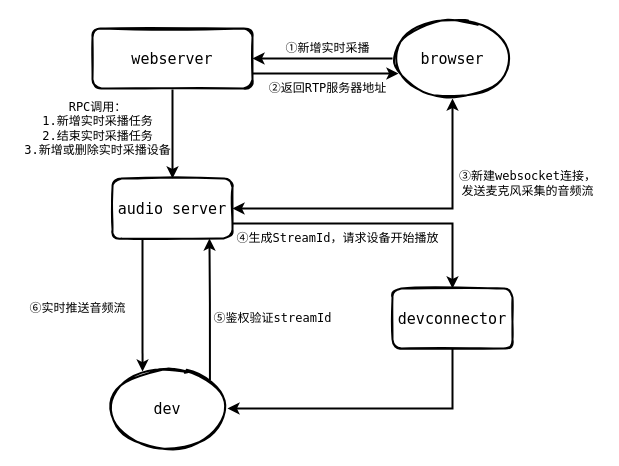
Earlier version of the draw.io diagram IPS-audio-server-real-time-sampling.drawio (gongshiyun/drawio). Source tidied: cells renumbered, new cells numbered last; positions are measured from the earlier drawing's top-left corner, leaving out a move shared by most shapes. Both pictures are drawn from the tidied source at 100%, with x=0, y=0 at pixel (17, 18).
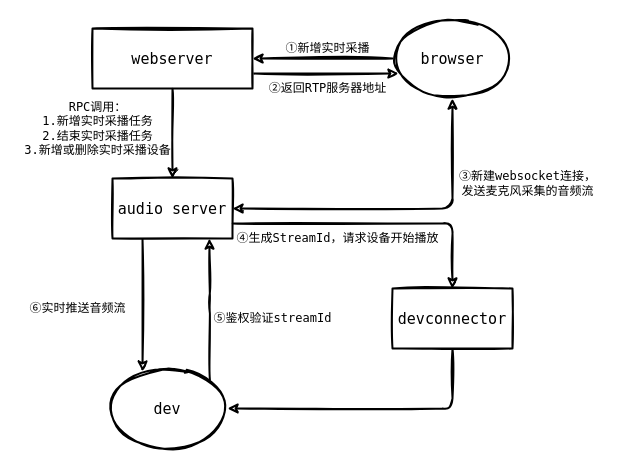
Above is the later version.

Diff of the diagram source:
```diff
@@
-    <mxCell id="2" style="edgeStyle=orthogonalEdgeStyle;rounded=0;jettySize=auto;html=1;fontFamily=Lucida Console;strokeWidth=2;fontSize=12;" parent="1" edge="1" source="4" target="7">
+    <mxCell id="2" style="edgeStyle=orthogonalEdgeStyle;jettySize=auto;html=1;fontFamily=Lucida Console;strokeWidth=2;fontSize=12;sketch=1;" parent="1" edge="1" source="4" target="7">
       <mxGeometry relative="1" as="geometry" />
     </mxCell>
-    <mxCell id="3" style="edgeStyle=orthogonalEdgeStyle;rounded=0;jettySize=auto;html=1;exitX=1;exitY=0.75;exitDx=0;exitDy=0;entryX=0.05;entryY=0.688;entryDx=0;entryDy=0;entryPerimeter=0;fontFamily=Lucida Console;strokeWidth=2;fontSize=12;" parent="1" edge="1" source="4" target="12">
+    <mxCell id="3" style="edgeStyle=orthogonalEdgeStyle;jettySize=auto;html=1;exitX=1;exitY=0.75;exitDx=0;exitDy=0;entryX=0.05;entryY=0.688;entryDx=0;entryDy=0;entryPerimeter=0;fontFamily=Lucida Console;strokeWidth=2;fontSize=12;sketch=1;" parent="1" edge="1" source="4" target="12">
       <mxGeometry relative="1" as="geometry" />
     </mxCell>
-    <mxCell id="4" value="webserver" style="rounded=1;whiteSpace=wrap;html=1;strokeWidth=2;fillWeight=4;hachureGap=8;hachureAngle=45;sketch=1;fontFamily=Lucida Console;fontSize=15;" parent="1" vertex="1">
+    <mxCell id="4" value="webserver" style="whiteSpace=wrap;html=1;strokeWidth=2;fillWeight=4;hachureGap=8;hachureAngle=45;fontFamily=Lucida Console;fontSize=15;sketch=1;" parent="1" vertex="1">
       <mxGeometry x="75" y="10" width="160" height="60" as="geometry" />
     </mxCell>
-    <mxCell id="5" style="edgeStyle=orthogonalEdgeStyle;rounded=0;jettySize=auto;html=1;exitX=1;exitY=0.75;exitDx=0;exitDy=0;entryX=0.5;entryY=0;entryDx=0;entryDy=0;startArrow=none;startFill=0;fontFamily=Lucida Console;strokeWidth=2;fontSize=12;" parent="1" edge="1" source="7" target="18">
+    <mxCell id="5" style="edgeStyle=orthogonalEdgeStyle;jettySize=auto;html=1;exitX=1;exitY=0.75;exitDx=0;exitDy=0;entryX=0.5;entryY=0;entryDx=0;entryDy=0;startArrow=none;startFill=0;fontFamily=Lucida Console;strokeWidth=2;fontSize=12;sketch=1;" parent="1" edge="1" source="7" target="18">
       <mxGeometry relative="1" as="geometry" />
     </mxCell>
-    <mxCell id="6" style="edgeStyle=orthogonalEdgeStyle;rounded=0;jettySize=auto;html=1;exitX=0.25;exitY=1;exitDx=0;exitDy=0;entryX=0.292;entryY=0.038;entryDx=0;entryDy=0;entryPerimeter=0;startArrow=none;startFill=0;fontFamily=Lucida Console;strokeWidth=2;fontSize=12;" parent="1" edge="1" source="7" target="9">
+    <mxCell id="6" style="edgeStyle=orthogonalEdgeStyle;jettySize=auto;html=1;exitX=0.25;exitY=1;exitDx=0;exitDy=0;entryX=0.292;entryY=0.038;entryDx=0;entryDy=0;entryPerimeter=0;startArrow=none;startFill=0;fontFamily=Lucida Console;strokeWidth=2;fontSize=12;sketch=1;" parent="1" edge="1" source="7" target="9">
       <mxGeometry relative="1" as="geometry" />
     </mxCell>
-    <mxCell id="7" value="audio server" style="whiteSpace=wrap;html=1;rounded=1;fontFamily=Lucida Console;strokeWidth=2;sketch=1;fillWeight=4;hachureGap=8;hachureAngle=45;fontSize=15;" parent="1" vertex="1">
+    <mxCell id="7" value="audio server" style="whiteSpace=wrap;html=1;fontFamily=Lucida Console;strokeWidth=2;fillWeight=4;hachureGap=8;hachureAngle=45;fontSize=15;sketch=1;" parent="1" vertex="1">
       <mxGeometry x="95" y="160" width="120" height="60" as="geometry" />
     </mxCell>
-    <mxCell id="8" style="edgeStyle=orthogonalEdgeStyle;rounded=0;jettySize=auto;html=1;exitX=1;exitY=0;exitDx=0;exitDy=0;entryX=0.808;entryY=1;entryDx=0;entryDy=0;entryPerimeter=0;startArrow=none;startFill=0;fontFamily=Lucida Console;strokeWidth=2;fontSize=12;" parent="1" edge="1" source="9" target="7">
+    <mxCell id="8" style="edgeStyle=orthogonalEdgeStyle;jettySize=auto;html=1;exitX=1;exitY=0;exitDx=0;exitDy=0;entryX=0.808;entryY=1;entryDx=0;entryDy=0;entryPerimeter=0;startArrow=none;startFill=0;fontFamily=Lucida Console;strokeWidth=2;fontSize=12;sketch=1;" parent="1" edge="1" source="9" target="7">
       <mxGeometry relative="1" as="geometry" />
     </mxCell>
-    <mxCell id="9" value="dev" style="ellipse;whiteSpace=wrap;html=1;rounded=1;fontFamily=Lucida Console;strokeWidth=2;sketch=1;fillWeight=4;hachureGap=8;hachureAngle=45;fontSize=15;" parent="1" vertex="1">
+    <mxCell id="9" value="dev" style="ellipse;whiteSpace=wrap;html=1;fontFamily=Lucida Console;strokeWidth=2;fillWeight=4;hachureGap=8;hachureAngle=45;fontSize=15;sketch=1;" parent="1" vertex="1">
       <mxGeometry x="90" y="350" width="120" height="80" as="geometry" />
     </mxCell>
-    <mxCell id="10" style="edgeStyle=orthogonalEdgeStyle;rounded=0;jettySize=auto;html=1;exitX=0;exitY=0.5;exitDx=0;exitDy=0;entryX=1;entryY=0.5;entryDx=0;entryDy=0;fontFamily=Lucida Console;strokeWidth=2;fontSize=12;" parent="1" edge="1" source="12" target="4">
+    <mxCell id="10" style="edgeStyle=orthogonalEdgeStyle;jettySize=auto;html=1;exitX=0;exitY=0.5;exitDx=0;exitDy=0;entryX=1;entryY=0.5;entryDx=0;entryDy=0;fontFamily=Lucida Console;strokeWidth=2;fontSize=12;sketch=1;" parent="1" edge="1" source="12" target="4">
       <mxGeometry relative="1" as="geometry" />
     </mxCell>
-    <mxCell id="11" style="edgeStyle=orthogonalEdgeStyle;rounded=0;jettySize=auto;html=1;exitX=0.5;exitY=1;exitDx=0;exitDy=0;entryX=1;entryY=0.5;entryDx=0;entryDy=0;fontFamily=Lucida Console;startArrow=classic;startFill=1;strokeWidth=2;fontSize=12;" parent="1" edge="1" source="12" target="7">
+    <mxCell id="11" style="edgeStyle=orthogonalEdgeStyle;jettySize=auto;html=1;exitX=0.5;exitY=1;exitDx=0;exitDy=0;entryX=1;entryY=0.5;entryDx=0;entryDy=0;fontFamily=Lucida Console;startArrow=classic;startFill=1;strokeWidth=2;fontSize=12;sketch=1;" parent="1" edge="1" source="12" target="7">
       <mxGeometry relative="1" as="geometry" />
     </mxCell>
-    <mxCell id="12" value="browser" style="ellipse;whiteSpace=wrap;html=1;rounded=1;fontFamily=Lucida Console;strokeWidth=2;sketch=1;fillWeight=4;hachureGap=8;hachureAngle=45;fontSize=15;" parent="1" vertex="1">
+    <mxCell id="12" value="browser" style="ellipse;whiteSpace=wrap;html=1;fontFamily=Lucida Console;strokeWidth=2;fillWeight=4;hachureGap=8;hachureAngle=45;fontSize=15;sketch=1;" parent="1" vertex="1">
       <mxGeometry x="375" width="120" height="80" as="geometry" />
     </mxCell>
-    <mxCell id="13" value="③新建websocket连接，&lt;br style=&quot;font-size: 12px;&quot;&gt;发送麦克风采集的音频流" style="text;html=1;align=center;verticalAlign=middle;fontFamily=Lucida Console;strokeWidth=2;fontSize=12;" parent="1" vertex="1">
+    <mxCell id="13" value="③新建websocket连接，&lt;br style=&quot;font-size: 12px;&quot;&gt;发送麦克风采集的音频流" style="text;html=1;align=center;verticalAlign=middle;fontFamily=Lucida Console;strokeWidth=2;fontSize=12;sketch=1;" parent="1" vertex="1">
       <mxGeometry x="435" y="150" width="150" height="30" as="geometry" />
     </mxCell>
-    <mxCell id="14" value="①新增实时采播" style="text;html=1;align=center;verticalAlign=middle;fontFamily=Lucida Console;strokeWidth=2;fontSize=12;" parent="1" vertex="1">
+    <mxCell id="14" value="①新增实时采播" style="text;html=1;align=center;verticalAlign=middle;fontFamily=Lucida Console;strokeWidth=2;fontSize=12;sketch=1;" parent="1" vertex="1">
       <mxGeometry x="260" y="20" width="100" height="20" as="geometry" />
     </mxCell>
-    <mxCell id="15" value="②返回RTP服务器地址" style="text;html=1;align=center;verticalAlign=middle;fontFamily=Lucida Console;strokeWidth=2;fontSize=12;" parent="1" vertex="1">
+    <mxCell id="15" value="②返回RTP服务器地址" style="text;html=1;align=center;verticalAlign=middle;fontFamily=Lucida Console;strokeWidth=2;fontSize=12;sketch=1;" parent="1" vertex="1">
       <mxGeometry x="245" y="60" width="130" height="20" as="geometry" />
     </mxCell>
-    <mxCell id="16" value="⑥实时推送音频流" style="text;html=1;align=center;verticalAlign=middle;fontFamily=Lucida Console;strokeWidth=2;fontSize=12;" parent="1" vertex="1">
+    <mxCell id="16" value="⑥实时推送音频流" style="text;html=1;align=center;verticalAlign=middle;fontFamily=Lucida Console;strokeWidth=2;fontSize=12;sketch=1;" parent="1" vertex="1">
       <mxGeometry x="5" y="280" width="110" height="20" as="geometry" />
     </mxCell>
-    <mxCell id="17" style="edgeStyle=orthogonalEdgeStyle;rounded=0;jettySize=auto;html=1;exitX=0.5;exitY=1;exitDx=0;exitDy=0;entryX=1;entryY=0.5;entryDx=0;entryDy=0;startArrow=none;startFill=0;fontFamily=Lucida Console;strokeWidth=2;fontSize=12;" parent="1" edge="1" source="18" target="9">
+    <mxCell id="17" style="edgeStyle=orthogonalEdgeStyle;jettySize=auto;html=1;exitX=0.5;exitY=1;exitDx=0;exitDy=0;entryX=1;entryY=0.5;entryDx=0;entryDy=0;startArrow=none;startFill=0;fontFamily=Lucida Console;strokeWidth=2;fontSize=12;sketch=1;" parent="1" edge="1" source="18" target="9">
       <mxGeometry relative="1" as="geometry" />
     </mxCell>
-    <mxCell id="18" value="devconnector" style="whiteSpace=wrap;html=1;rounded=1;fontFamily=Lucida Console;strokeWidth=2;sketch=1;fillWeight=4;hachureGap=8;hachureAngle=45;fontSize=15;" parent="1" vertex="1">
+    <mxCell id="18" value="devconnector" style="whiteSpace=wrap;html=1;fontFamily=Lucida Console;strokeWidth=2;fillWeight=4;hachureGap=8;hachureAngle=45;fontSize=15;sketch=1;" parent="1" vertex="1">
       <mxGeometry x="375" y="270" width="120" height="60" as="geometry" />
     </mxCell>
-    <mxCell id="19" value="④生成StreamId，请求设备开始播放" style="text;html=1;align=center;verticalAlign=middle;fontFamily=Lucida Console;strokeWidth=2;fontSize=12;" parent="1" vertex="1">
+    <mxCell id="19" value="④生成StreamId，请求设备开始播放" style="text;html=1;align=center;verticalAlign=middle;fontFamily=Lucida Console;strokeWidth=2;fontSize=12;sketch=1;" parent="1" vertex="1">
       <mxGeometry x="210" y="210" width="220" height="20" as="geometry" />
     </mxCell>
-    <mxCell id="20" value="⑤鉴权验证streamId" style="text;html=1;align=center;verticalAlign=middle;fontFamily=Lucida Console;strokeWidth=2;fontSize=12;" parent="1" vertex="1">
+    <mxCell id="20" value="⑤鉴权验证streamId" style="text;html=1;align=center;verticalAlign=middle;fontFamily=Lucida Console;strokeWidth=2;fontSize=12;sketch=1;" parent="1" vertex="1">
       <mxGeometry x="190" y="290" width="130" height="20" as="geometry" />
     </mxCell>
-    <mxCell id="21" value="RPC调用：&lt;br style=&quot;font-size: 12px;&quot;&gt;1.新增实时采播任务&lt;br style=&quot;font-size: 12px;&quot;&gt;2.结束实时采播任务&lt;br style=&quot;font-size: 12px;&quot;&gt;3.新增或删除实时采播设备" style="text;html=1;align=center;verticalAlign=middle;fontFamily=Lucida Console;strokeWidth=2;fontSize=12;" parent="1" vertex="1">
+    <mxCell id="21" value="RPC调用：&lt;br style=&quot;font-size: 12px;&quot;&gt;1.新增实时采播任务&lt;br style=&quot;font-size: 12px;&quot;&gt;2.结束实时采播任务&lt;br style=&quot;font-size: 12px;&quot;&gt;3.新增或删除实时采播设备" style="text;html=1;align=center;verticalAlign=middle;fontFamily=Lucida Console;strokeWidth=2;fontSize=12;sketch=1;" parent="1" vertex="1">
       <mxGeometry y="80" width="160" height="60" as="geometry" />
     </mxCell>
```
